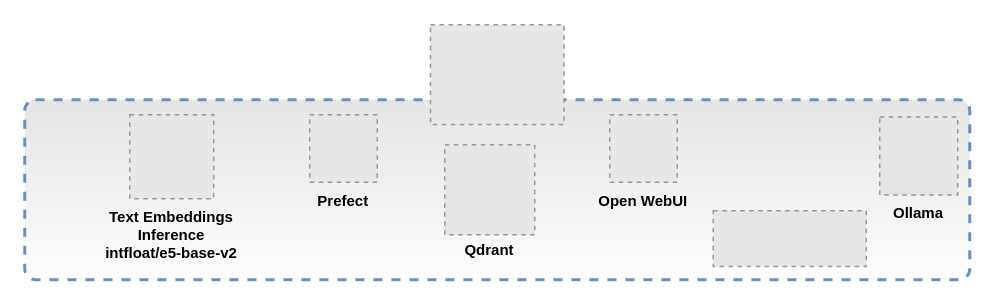
This is assets/ai-stack.drawio from mtnvencenzo/ai-stack, a draw.io file, before an edit. Source tidied: cells renumbered, new cells numbered last; positions are measured from the earlier drawing's top-left corner, leaving out a move shared by most shapes. Both pictures are drawn from the tidied source at 150%, with x=0, y=0 at pixel (24, 24). Pictures stored in the file or linked from it are replaced by grey dashed boxes.
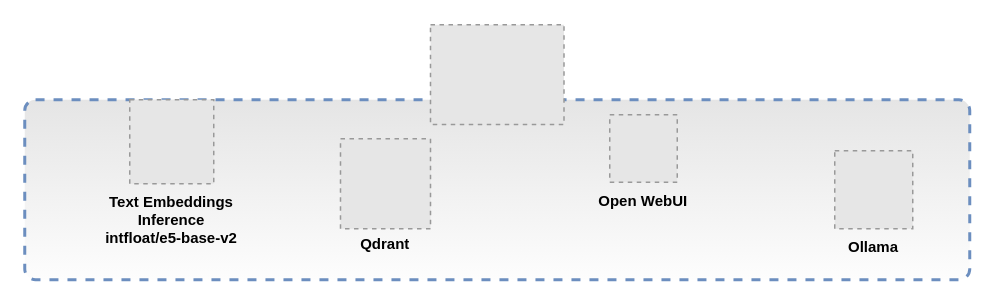
The same diagram, later.

What changed in the source:
```diff
@@
 <mxGraphModel>
   <root>
     <mxCell id="0" />
     <mxCell id="1" parent="0" />
     <mxCell id="2" style="whiteSpace=wrap;html=1;dashed=1;rounded=1;strokeColor=#6c8ebf;fillColor=#E5E5E5;arcSize=6;strokeWidth=2;gradientColor=#FDFDFD;" parent="1" vertex="1">
       <mxGeometry y="50" width="630" height="120" as="geometry" />
     </mxCell>
     <mxCell id="3" value="Text Embeddings&#10;Inference&#10;intfloat/e5-base-v2" style="fillColor=#E6E6E6;strokeColor=#999999;dashed=1;verticalLabelPosition=bottom;labelBackgroundColor=#FFFFFF00;verticalAlign=top;fontStyle=1;labelPosition=center;align=center;fontSize=10;" parent="1" vertex="1">
-      <mxGeometry x="70" y="60" width="56" height="56" as="geometry" />
+      <mxGeometry x="70" y="50" width="56" height="56" as="geometry" />
     </mxCell>
-    <mxCell id="4" value="Prefect" style="fillColor=#E6E6E6;strokeColor=#999999;dashed=1;verticalLabelPosition=bottom;labelBackgroundColor=#FFFFFF00;verticalAlign=top;fontStyle=1;fontSize=10;" parent="1" vertex="1">
-      <mxGeometry x="190" y="60" width="45" height="45" as="geometry" />
-    </mxCell>
-    <mxCell id="5" style="fillColor=#E6E6E6;strokeColor=#999999;dashed=1;verticalLabelPosition=bottom;labelBackgroundColor=default;verticalAlign=top;" parent="1" vertex="1">
-      <mxGeometry x="459" y="124" width="102" height="37.2" as="geometry" />
-    </mxCell>
     <mxCell id="6" value="Open WebUI" style="fillColor=#E6E6E6;strokeColor=#999999;dashed=1;verticalLabelPosition=bottom;labelBackgroundColor=#FFFFFF00;verticalAlign=top;fontSize=10;fontStyle=1;" parent="1" vertex="1">
       <mxGeometry x="390" y="60" width="45" height="45" as="geometry" />
     </mxCell>
     <mxCell id="7" value="Ollama" style="fillColor=#E6E6E6;strokeColor=#999999;dashed=1;verticalLabelPosition=bottom;labelBackgroundColor=#FFFFFF00;verticalAlign=top;fontStyle=1;fontSize=10;" parent="1" vertex="1">
-      <mxGeometry x="570" y="61.5" width="52" height="52" as="geometry" />
+      <mxGeometry x="540" y="84" width="52" height="52" as="geometry" />
     </mxCell>
     <mxCell id="8" style="fillColor=#E6E6E6;strokeColor=#999999;dashed=1;verticalLabelPosition=bottom;labelBackgroundColor=default;verticalAlign=top;" parent="1" vertex="1">
       <mxGeometry x="270.5" width="89" height="66.5" as="geometry" />
     </mxCell>
     <mxCell id="9" value="Qdrant" style="fillColor=#E6E6E6;strokeColor=#999999;dashed=1;verticalLabelPosition=bottom;labelBackgroundColor=#FFFFFF00;verticalAlign=top;fontSize=10;fontStyle=1;spacing=0;" parent="1" vertex="1">
-      <mxGeometry x="280" y="80" width="60" height="60" as="geometry" />
+      <mxGeometry x="210.5" y="76" width="60" height="60" as="geometry" />
     </mxCell>
   </root>
 </mxGraphModel>
```
